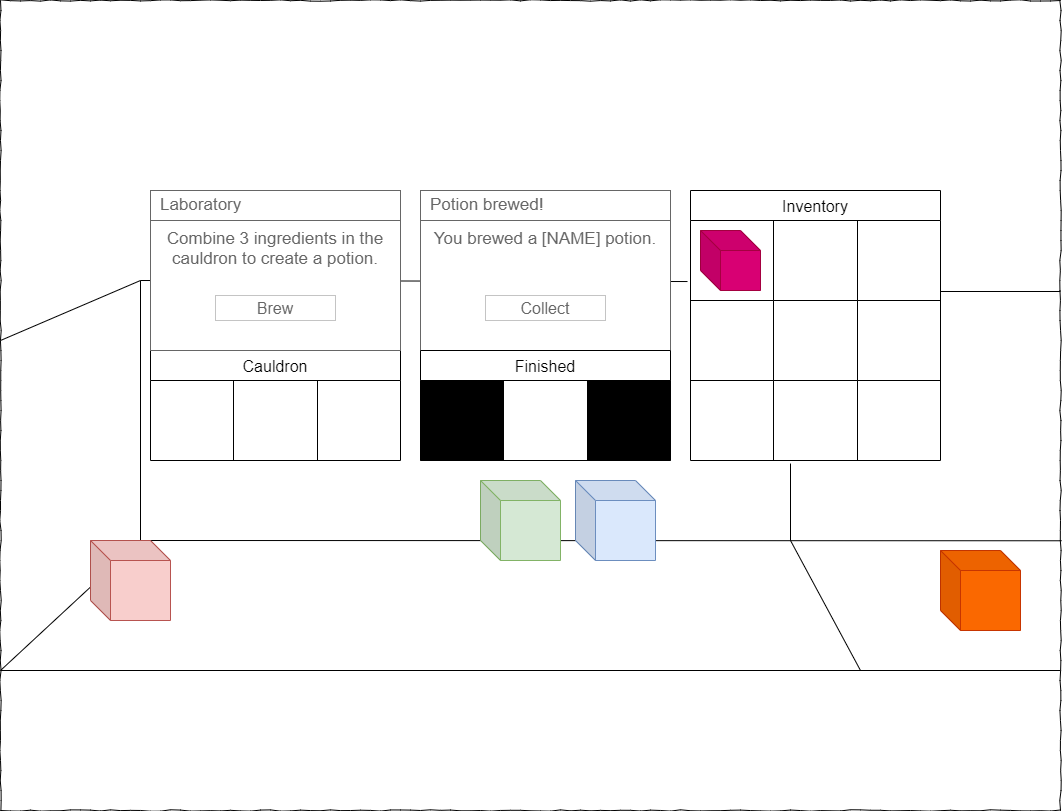
This is Diagrams/Laboratory potion.drawio.png from ZoraJayKay/User-Interface-Programming-Assessment-2, a draw.io export, as it was before one commit. Source tidied: cells renumbered, new cells last; positions are measured from the earlier drawing's top-left corner, leaving out a move shared by most shapes. Its diagram source:
```xml
<mxGraphModel>
  <root>
    <mxCell id="0" />
    <mxCell id="1" parent="0" />
    <mxCell id="2" value="Cauldron" style="shape=table;startSize=30;strokeColor=default;fontSize=16;" parent="1" vertex="1">
      <mxGeometry x="150" y="350" width="250" height="110" as="geometry" />
    </mxCell>
    <mxCell id="3" style="shape=tableRow;horizontal=0;startSize=0;swimlaneHead=0;swimlaneBody=0;strokeColor=inherit;top=0;left=0;bottom=0;right=0;fillColor=none;fontSize=16;" parent="2" vertex="1">
      <mxGeometry y="30" width="250" height="80" as="geometry" />
    </mxCell>
    <mxCell id="4" style="shape=partialRectangle;html=1;whiteSpace=wrap;strokeColor=inherit;overflow=hidden;fillColor=none;top=0;left=0;bottom=0;right=0;fontSize=16;" parent="3" vertex="1">
      <mxGeometry width="83" height="80" as="geometry" />
    </mxCell>
    <mxCell id="5" style="shape=partialRectangle;html=1;whiteSpace=wrap;strokeColor=inherit;overflow=hidden;fillColor=none;top=0;left=0;bottom=0;right=0;fontSize=16;" parent="3" vertex="1">
      <mxGeometry x="83" width="84" height="80" as="geometry" />
    </mxCell>
    <mxCell id="6" style="shape=partialRectangle;html=1;whiteSpace=wrap;strokeColor=inherit;overflow=hidden;fillColor=none;top=0;left=0;bottom=0;right=0;fontSize=16;" parent="3" vertex="1">
      <mxGeometry x="167" width="83" height="80" as="geometry" />
    </mxCell>
    <mxCell id="7" value="Inventory" style="shape=table;startSize=30;strokeColor=default;fontSize=16;" parent="1" vertex="1">
      <mxGeometry x="690" y="190" width="250" height="270" as="geometry" />
    </mxCell>
    <mxCell id="8" style="shape=tableRow;horizontal=0;startSize=0;swimlaneHead=0;swimlaneBody=0;strokeColor=inherit;top=0;left=0;bottom=0;right=0;fillColor=none;points=[[0,0.5],[1,0.5]];portConstraint=eastwest;fontSize=16;" parent="7" vertex="1">
      <mxGeometry y="30" width="250" height="80" as="geometry" />
    </mxCell>
    <mxCell id="9" style="shape=partialRectangle;html=1;whiteSpace=wrap;strokeColor=inherit;overflow=hidden;fillColor=none;top=0;left=0;bottom=0;right=0;fontSize=16;" parent="8" vertex="1">
      <mxGeometry width="83" height="80" as="geometry" />
    </mxCell>
    <mxCell id="10" style="shape=partialRectangle;html=1;whiteSpace=wrap;strokeColor=inherit;overflow=hidden;fillColor=none;top=0;left=0;bottom=0;right=0;fontSize=16;" parent="8" vertex="1">
      <mxGeometry x="83" width="84" height="80" as="geometry" />
    </mxCell>
    <mxCell id="11" style="shape=partialRectangle;html=1;whiteSpace=wrap;strokeColor=inherit;overflow=hidden;fillColor=none;top=0;left=0;bottom=0;right=0;fontSize=16;" parent="8" vertex="1">
      <mxGeometry x="167" width="83" height="80" as="geometry" />
    </mxCell>
    <mxCell id="12" style="shape=tableRow;horizontal=0;startSize=0;swimlaneHead=0;swimlaneBody=0;strokeColor=inherit;top=0;left=0;bottom=0;right=0;fillColor=none;fontSize=16;" parent="7" vertex="1">
      <mxGeometry y="110" width="250" height="80" as="geometry" />
    </mxCell>
    <mxCell id="13" style="shape=partialRectangle;html=1;whiteSpace=wrap;strokeColor=inherit;overflow=hidden;fillColor=none;top=0;left=0;bottom=0;right=0;fontSize=16;" parent="12" vertex="1">
      <mxGeometry width="83" height="80" as="geometry" />
    </mxCell>
    <mxCell id="14" style="shape=partialRectangle;html=1;whiteSpace=wrap;strokeColor=inherit;overflow=hidden;fillColor=none;top=0;left=0;bottom=0;right=0;fontSize=16;" parent="12" vertex="1">
      <mxGeometry x="83" width="84" height="80" as="geometry" />
    </mxCell>
    <mxCell id="15" style="shape=partialRectangle;html=1;whiteSpace=wrap;strokeColor=inherit;overflow=hidden;fillColor=none;top=0;left=0;bottom=0;right=0;fontSize=16;" parent="12" vertex="1">
      <mxGeometry x="167" width="83" height="80" as="geometry" />
    </mxCell>
    <mxCell id="16" style="shape=tableRow;horizontal=0;startSize=0;swimlaneHead=0;swimlaneBody=0;strokeColor=inherit;top=0;left=0;bottom=0;right=0;fillColor=none;points=[[0,0.5],[1,0.5]];portConstraint=eastwest;fontSize=16;" parent="7" vertex="1">
      <mxGeometry y="190" width="250" height="80" as="geometry" />
    </mxCell>
    <mxCell id="17" style="shape=partialRectangle;html=1;whiteSpace=wrap;strokeColor=inherit;overflow=hidden;fillColor=none;top=0;left=0;bottom=0;right=0;fontSize=16;" parent="16" vertex="1">
      <mxGeometry width="83" height="80" as="geometry" />
    </mxCell>
    <mxCell id="18" style="shape=partialRectangle;html=1;whiteSpace=wrap;strokeColor=inherit;overflow=hidden;fillColor=none;top=0;left=0;bottom=0;right=0;fontSize=16;" parent="16" vertex="1">
      <mxGeometry x="83" width="84" height="80" as="geometry" />
    </mxCell>
    <mxCell id="19" style="shape=partialRectangle;html=1;whiteSpace=wrap;strokeColor=inherit;overflow=hidden;fillColor=none;top=0;left=0;bottom=0;right=0;fontSize=16;" parent="16" vertex="1">
      <mxGeometry x="167" width="83" height="80" as="geometry" />
    </mxCell>
    <mxCell id="20" style="whiteSpace=wrap;html=1;rounded=0;shadow=0;labelBackgroundColor=none;strokeColor=#000000;strokeWidth=1;fillColor=none;fontFamily=Verdana;fontSize=12;fontColor=#000000;align=center;comic=1;" parent="1" vertex="1">
      <mxGeometry width="1060" height="810" as="geometry" />
    </mxCell>
    <mxCell id="21" style="endArrow=none;html=1;rounded=0;entryX=0.132;entryY=0.667;entryDx=0;entryDy=0;entryPerimeter=0;" parent="1" edge="1" target="20">
      <mxGeometry relative="1" as="geometry">
        <mxPoint y="670" as="sourcePoint" />
      </mxGeometry>
    </mxCell>
    <mxCell id="22" style="endArrow=none;html=1;rounded=0;entryX=1.001;entryY=0.667;entryDx=0;entryDy=0;entryPerimeter=0;" parent="1" edge="1" target="20">
      <mxGeometry relative="1" as="geometry">
        <mxPoint x="140" y="540" as="sourcePoint" />
      </mxGeometry>
    </mxCell>
    <mxCell id="23" style="endArrow=none;html=1;rounded=0;entryX=1.001;entryY=0.667;entryDx=0;entryDy=0;entryPerimeter=0;" parent="1" edge="1">
      <mxGeometry relative="1" as="geometry">
        <mxPoint y="670" as="sourcePoint" />
        <mxPoint x="1060" y="670" as="targetPoint" />
      </mxGeometry>
    </mxCell>
    <mxCell id="24" style="endArrow=none;html=1;rounded=0;entryX=0.132;entryY=0.667;entryDx=0;entryDy=0;entryPerimeter=0;" parent="1" edge="1">
      <mxGeometry relative="1" as="geometry">
        <mxPoint y="340" as="sourcePoint" />
        <mxPoint x="140" y="280" as="targetPoint" />
      </mxGeometry>
    </mxCell>
    <mxCell id="25" style="endArrow=none;html=1;rounded=0;" parent="1" edge="1">
      <mxGeometry relative="1" as="geometry">
        <mxPoint x="140" y="540" as="sourcePoint" />
        <mxPoint x="140" y="280" as="targetPoint" />
      </mxGeometry>
    </mxCell>
    <mxCell id="26" style="endArrow=none;html=1;rounded=0;entryX=-0.012;entryY=0.763;entryDx=0;entryDy=0;entryPerimeter=0;" parent="1" edge="1" target="8">
      <mxGeometry relative="1" as="geometry">
        <mxPoint x="140" y="280" as="sourcePoint" />
      </mxGeometry>
    </mxCell>
    <mxCell id="27" style="shape=cube;whiteSpace=wrap;html=1;boundedLbl=1;backgroundOutline=1;darkOpacity=0.05;darkOpacity2=0.1;fillColor=#f8cecc;strokeColor=#b85450;" parent="1" vertex="1">
      <mxGeometry x="90" y="540" width="80" height="80" as="geometry" />
    </mxCell>
    <mxCell id="28" style="shape=cube;whiteSpace=wrap;html=1;boundedLbl=1;backgroundOutline=1;darkOpacity=0.05;darkOpacity2=0.1;fillColor=#dae8fc;strokeColor=#6c8ebf;" parent="1" vertex="1">
      <mxGeometry x="575" y="480" width="80" height="80" as="geometry" />
    </mxCell>
    <mxCell id="29" style="shape=cube;whiteSpace=wrap;html=1;boundedLbl=1;backgroundOutline=1;darkOpacity=0.05;darkOpacity2=0.1;fillColor=#d5e8d4;strokeColor=#82b366;" parent="1" vertex="1">
      <mxGeometry x="480" y="480" width="80" height="80" as="geometry" />
    </mxCell>
    <mxCell id="30" style="endArrow=none;html=1;rounded=0;entryX=0.4;entryY=1.038;entryDx=0;entryDy=0;entryPerimeter=0;" parent="1" edge="1" target="16">
      <mxGeometry relative="1" as="geometry">
        <mxPoint x="790" y="540" as="sourcePoint" />
      </mxGeometry>
    </mxCell>
    <mxCell id="31" style="endArrow=none;html=1;rounded=0;" parent="1" edge="1">
      <mxGeometry relative="1" as="geometry">
        <mxPoint x="860" y="670" as="sourcePoint" />
        <mxPoint x="790" y="540" as="targetPoint" />
      </mxGeometry>
    </mxCell>
    <mxCell id="32" style="shape=cube;whiteSpace=wrap;html=1;boundedLbl=1;backgroundOutline=1;darkOpacity=0.05;darkOpacity2=0.1;fillColor=#fa6800;strokeColor=#C73500;fontColor=#000000;" parent="1" vertex="1">
      <mxGeometry x="940" y="550" width="80" height="80" as="geometry" />
    </mxCell>
    <mxCell id="33" value="Combine 3 ingredients in the cauldron to create a potion." style="strokeWidth=1;shadow=0;dashed=0;align=center;html=1;shape=mxgraph.mockup.containers.rrect;rSize=0;strokeColor=#666666;fontColor=#666666;fontSize=17;verticalAlign=top;whiteSpace=wrap;fillColor=#ffffff;spacingTop=32;" parent="1" vertex="1">
      <mxGeometry x="150" y="190" width="250" height="160" as="geometry" />
    </mxCell>
    <mxCell id="34" value="Laboratory" style="strokeWidth=1;shadow=0;dashed=0;align=center;html=1;shape=mxgraph.mockup.containers.rrect;rSize=0;fontSize=17;fontColor=#666666;strokeColor=#666666;align=left;spacingLeft=8;fillColor=#ffffff;whiteSpace=wrap;" parent="33" vertex="1">
      <mxGeometry width="250" height="30" relative="1" as="geometry" />
    </mxCell>
    <mxCell id="35" value="Brew" style="strokeWidth=1;shadow=0;dashed=0;align=center;html=1;shape=mxgraph.mockup.containers.rrect;rSize=0;fontSize=16;fontColor=#666666;strokeColor=#c4c4c4;whiteSpace=wrap;fillColor=#ffffff;" parent="33" vertex="1">
      <mxGeometry x="0.5" y="1" width="120" height="25" relative="1" as="geometry">
        <mxPoint x="-60" y="-55" as="offset" />
      </mxGeometry>
    </mxCell>
    <mxCell id="36" style="endArrow=none;html=1;rounded=0;" parent="1" edge="1">
      <mxGeometry relative="1" as="geometry">
        <mxPoint x="940" y="291" as="sourcePoint" />
        <mxPoint x="1060" y="291" as="targetPoint" />
      </mxGeometry>
    </mxCell>
    <mxCell id="37" value="You brewed a [NAME] potion." style="strokeWidth=1;shadow=0;dashed=0;align=center;html=1;shape=mxgraph.mockup.containers.rrect;rSize=0;strokeColor=#666666;fontColor=#666666;fontSize=17;verticalAlign=top;whiteSpace=wrap;fillColor=#ffffff;spacingTop=32;" parent="1" vertex="1">
      <mxGeometry x="420" y="190" width="250" height="160" as="geometry" />
    </mxCell>
    <mxCell id="38" value="Potion brewed!" style="strokeWidth=1;shadow=0;dashed=0;align=center;html=1;shape=mxgraph.mockup.containers.rrect;rSize=0;fontSize=17;fontColor=#666666;strokeColor=#666666;align=left;spacingLeft=8;fillColor=#ffffff;whiteSpace=wrap;" parent="37" vertex="1">
      <mxGeometry width="250" height="30" relative="1" as="geometry" />
    </mxCell>
    <mxCell id="39" value="Collect" style="strokeWidth=1;shadow=0;dashed=0;align=center;html=1;shape=mxgraph.mockup.containers.rrect;rSize=0;fontSize=16;fontColor=#666666;strokeColor=#c4c4c4;whiteSpace=wrap;fillColor=#ffffff;" parent="37" vertex="1">
      <mxGeometry x="0.5" y="1" width="120" height="25" relative="1" as="geometry">
        <mxPoint x="-60" y="-55" as="offset" />
      </mxGeometry>
    </mxCell>
    <mxCell id="40" value="Finished" style="shape=table;startSize=30;strokeColor=default;fontSize=16;" parent="1" vertex="1">
      <mxGeometry x="420" y="350" width="250" height="110" as="geometry" />
    </mxCell>
    <mxCell id="41" style="shape=tableRow;horizontal=0;startSize=0;swimlaneHead=0;swimlaneBody=0;strokeColor=inherit;top=0;left=0;bottom=0;right=0;fillColor=none;fontSize=16;" parent="40" vertex="1">
      <mxGeometry y="30" width="250" height="80" as="geometry" />
    </mxCell>
    <mxCell id="42" style="shape=partialRectangle;html=1;whiteSpace=wrap;strokeColor=inherit;overflow=hidden;fillColor=#000000;top=0;left=0;bottom=0;right=0;fontSize=16;fontColor=#000000;" parent="41" vertex="1">
      <mxGeometry width="83" height="80" as="geometry" />
    </mxCell>
    <mxCell id="43" style="shape=partialRectangle;html=1;whiteSpace=wrap;strokeColor=inherit;overflow=hidden;fillColor=none;top=0;left=0;bottom=0;right=0;fontSize=16;fontColor=#000000;" parent="41" vertex="1">
      <mxGeometry x="83" width="84" height="80" as="geometry" />
    </mxCell>
    <mxCell id="44" style="shape=partialRectangle;html=1;whiteSpace=wrap;strokeColor=inherit;overflow=hidden;fillColor=#000000;top=0;left=0;bottom=0;right=0;fontSize=16;fontColor=#000000;" parent="41" vertex="1">
      <mxGeometry x="167" width="83" height="80" as="geometry" />
    </mxCell>
    <mxCell id="45" style="shape=cube;whiteSpace=wrap;html=1;boundedLbl=1;backgroundOutline=1;darkOpacity=0.05;darkOpacity2=0.1;fillColor=#d80073;strokeColor=#A50040;fontColor=#ffffff;" parent="1" vertex="1">
      <mxGeometry x="700" y="230" width="60" height="60" as="geometry" />
    </mxCell>
  </root>
</mxGraphModel>
```
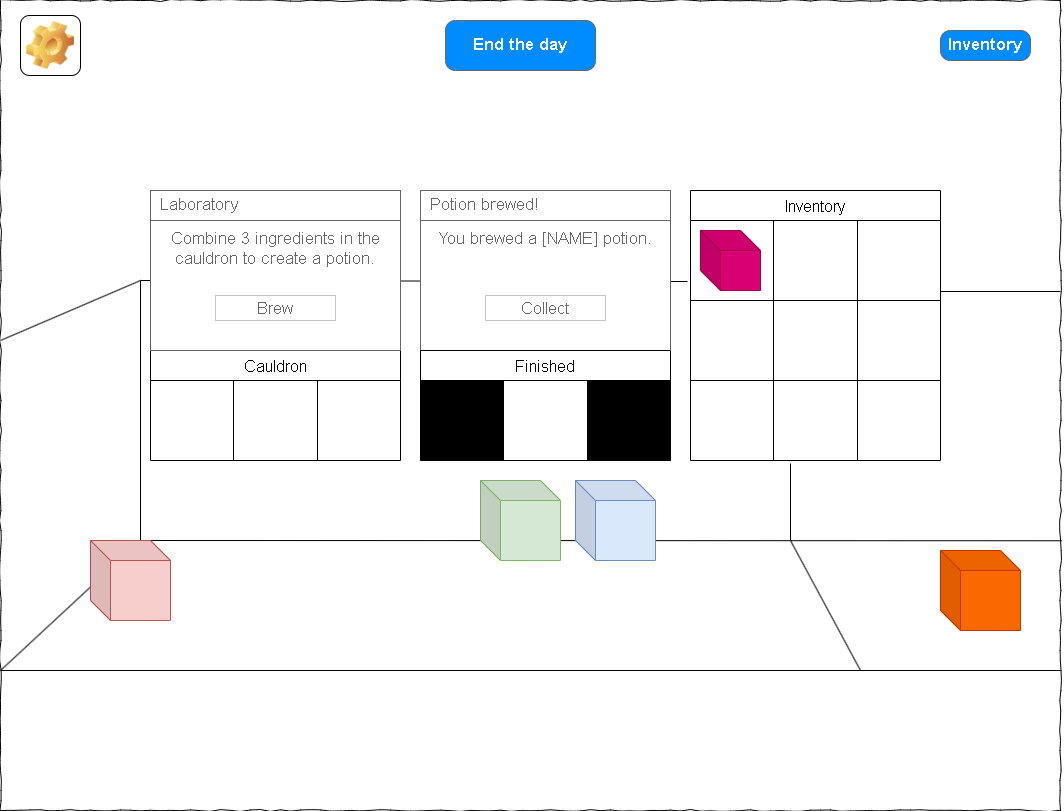
Above is the later version.

Diff of the diagram source:
```diff
@@ -161,5 +161,14 @@
     <mxCell id="45" style="shape=cube;whiteSpace=wrap;html=1;boundedLbl=1;backgroundOutline=1;darkOpacity=0.05;darkOpacity2=0.1;fillColor=#d80073;strokeColor=#A50040;fontColor=#ffffff;" parent="1" vertex="1">
       <mxGeometry x="700" y="230" width="60" height="60" as="geometry" />
     </mxCell>
+    <mxCell id="46" value="End the day" style="strokeWidth=1;shadow=0;dashed=0;align=center;html=1;shape=mxgraph.mockup.buttons.button;strokeColor=#666666;fontColor=#ffffff;mainText=;buttonStyle=round;fontSize=17;fontStyle=1;fillColor=#008cff;whiteSpace=wrap;" parent="1" vertex="1">
+      <mxGeometry x="445" y="20" width="150" height="50" as="geometry" />
+    </mxCell>
+    <mxCell id="47" style="icon;html=1;image=img/clipart/Gear_128x128.png;fontSize=13;" parent="1" vertex="1">
+      <mxGeometry x="20" y="15" width="60" height="60" as="geometry" />
+    </mxCell>
+    <mxCell id="48" value="Inventory" style="strokeWidth=1;shadow=0;dashed=0;align=center;html=1;shape=mxgraph.mockup.buttons.button;strokeColor=#666666;fontColor=#ffffff;mainText=;buttonStyle=round;fontSize=17;fontStyle=1;fillColor=#008cff;whiteSpace=wrap;" parent="1" vertex="1">
+      <mxGeometry x="940" y="30" width="90" height="30" as="geometry" />
+    </mxCell>
   </root>
 </mxGraphModel>
```
